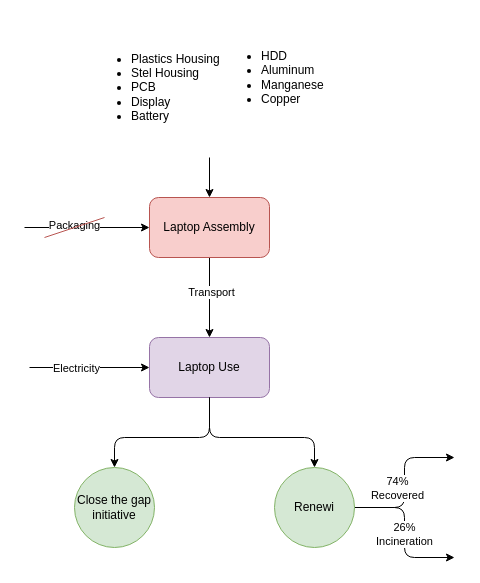
Earlier version of the draw.io diagram page "Laptop" (3 of 7) of process/hardware_KUL.drawio (Tfloow/Ecodesign). Source tidied: cells renumbered, new cells numbered last; positions are measured from the earlier drawing's top-left corner, leaving out a move shared by most shapes. Both pictures are drawn from the tidied source at 100%, with x=0, y=0 at pixel (24, 17).
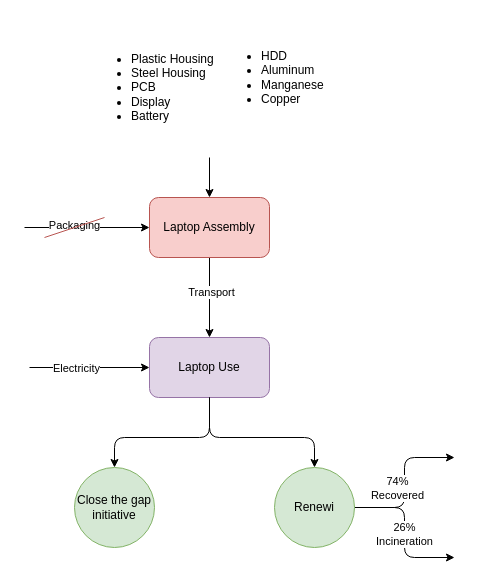
After the change.

Change to the diagram source:
```diff
@@
-    <mxCell id="6" value="&lt;ul&gt;&lt;li&gt;Plastics Housing&lt;/li&gt;&lt;li&gt;Stel Housing&lt;/li&gt;&lt;li&gt;PCB&lt;/li&gt;&lt;li&gt;Display&lt;/li&gt;&lt;li&gt;Battery&lt;/li&gt;&lt;/ul&gt;" style="text;html=1;align=left;verticalAlign=middle;strokeColor=none;fillColor=none;" parent="1" vertex="1">
+    <mxCell id="6" value="&lt;ul&gt;&lt;li&gt;Plastic Housing&lt;/li&gt;&lt;li&gt;Steel Housing&lt;/li&gt;&lt;li&gt;PCB&lt;/li&gt;&lt;li&gt;Display&lt;/li&gt;&lt;li&gt;Battery&lt;/li&gt;&lt;/ul&gt;" style="text;html=1;align=left;verticalAlign=middle;strokeColor=none;fillColor=none;" parent="1" vertex="1">
       <mxGeometry x="65" width="150" height="140" as="geometry" />
     </mxCell>
```
